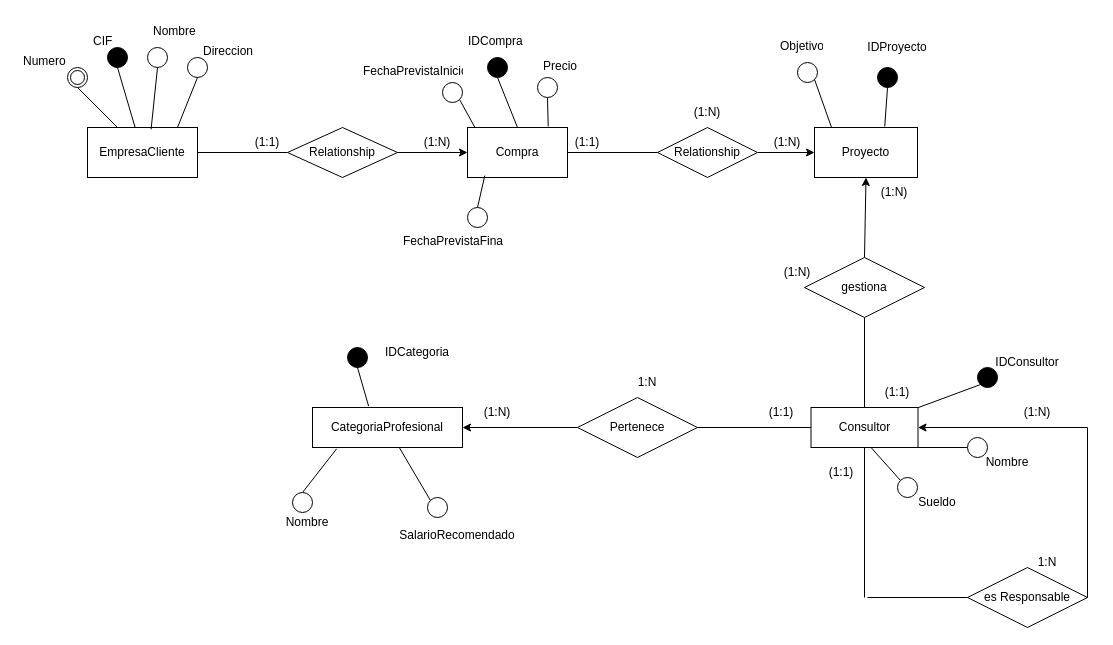
The draw.io diagram EJERCICIO2.drawio in Jose-An608/BASE_DATOS_1, before the edit. Source tidied: cells renumbered, new cells numbered last; positions are measured from the earlier drawing's top-left corner, leaving out a move shared by most shapes. Both pictures are drawn from the tidied source at 100%, with x=0, y=0 at pixel (17, 17).
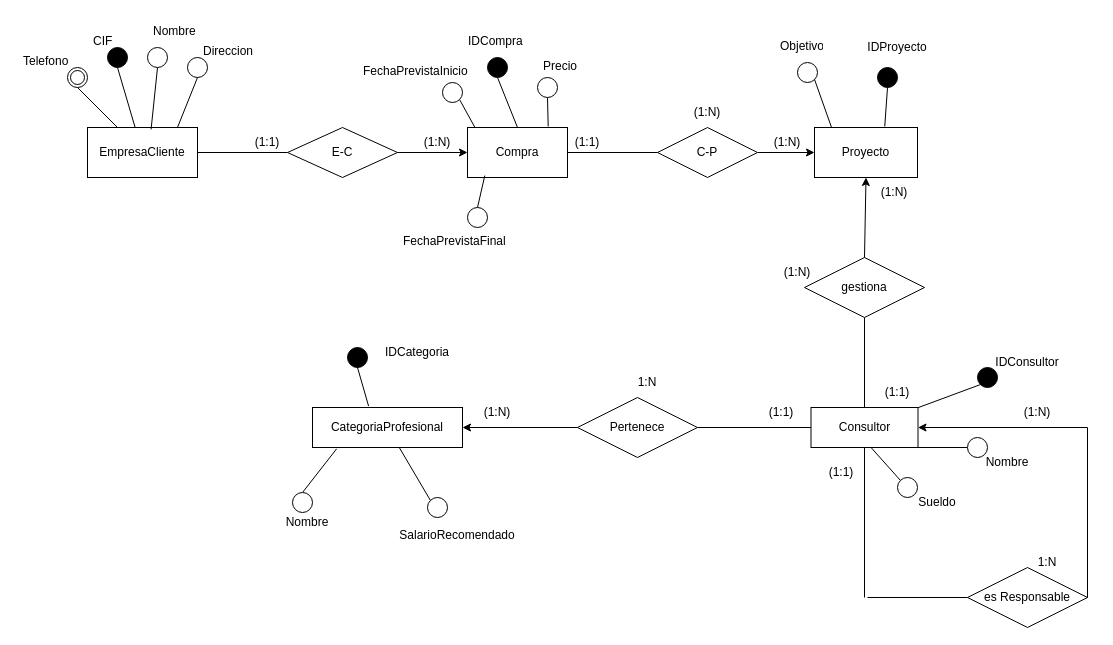
The same diagram, later.

Change to the diagram source:
```diff
@@
-    <mxCell id="14" value="Relationship" style="shape=rhombus;perimeter=rhombusPerimeter;whiteSpace=wrap;html=1;align=center;" parent="1" vertex="1">
+    <mxCell id="14" value="C-P" style="shape=rhombus;perimeter=rhombusPerimeter;whiteSpace=wrap;html=1;align=center;" parent="1" vertex="1">
       <mxGeometry x="640" y="110" width="100" height="50" as="geometry" />
     </mxCell>
@@
-    <mxCell id="19" value="Relationship" style="shape=rhombus;perimeter=rhombusPerimeter;whiteSpace=wrap;html=1;align=center;" parent="1" vertex="1">
+    <mxCell id="19" value="E-C" style="shape=rhombus;perimeter=rhombusPerimeter;whiteSpace=wrap;html=1;align=center;" parent="1" vertex="1">
       <mxGeometry x="270" y="110" width="110" height="50" as="geometry" />
     </mxCell>
@@
-    <mxCell id="35" value="Numero" style="text;strokeColor=none;fillColor=none;spacingLeft=4;spacingRight=4;overflow=hidden;fontSize=12;whiteSpace=wrap;html=1;" parent="1" vertex="1">
+    <mxCell id="35" value="Telefono" style="text;strokeColor=none;fillColor=none;spacingLeft=4;spacingRight=4;overflow=hidden;fontSize=12;whiteSpace=wrap;html=1;" parent="1" vertex="1">
       <mxGeometry y="30" width="60" height="30" as="geometry" />
     </mxCell>
@@
     <mxCell id="44" value="FechaPrevistaInicio" style="text;strokeColor=none;fillColor=none;spacingLeft=4;spacingRight=4;overflow=hidden;fontSize=12;whiteSpace=wrap;html=1;" parent="1" vertex="1">
-      <mxGeometry x="340" y="40" width="110" height="30" as="geometry" />
+      <mxGeometry x="340" y="40" width="120" height="30" as="geometry" />
     </mxCell>
@@
     <mxCell id="46" value="FechaPrevistaFinal" style="text;strokeColor=none;fillColor=none;spacingLeft=4;spacingRight=4;overflow=hidden;fontSize=12;whiteSpace=wrap;html=1;" parent="1" vertex="1">
-      <mxGeometry x="380" y="210" width="110" height="30" as="geometry" />
+      <mxGeometry x="380" y="210" width="120" height="30" as="geometry" />
     </mxCell>
```
